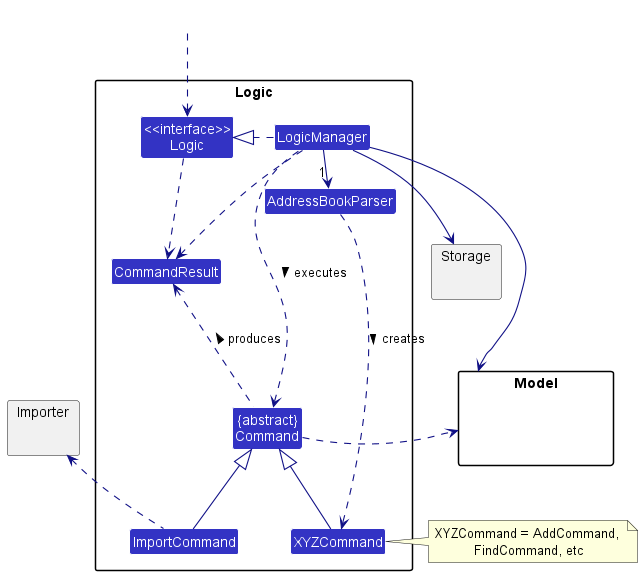
Earlier version of the PlantUML export docs/images/LogicClassDiagram.png (nus-cs2103-AY2223S2/tp). The source it was exported from:
```plantuml
@startuml
!include style.puml
skinparam arrowThickness 1.1
skinparam arrowColor LOGIC_COLOR_T4
skinparam classBackgroundColor LOGIC_COLOR

package Logic {

Class AddressBookParser
Class ImportCommand
Class XYZCommand
Class CommandResult
Class "{abstract}\nCommand" as Command


Class "<<interface>>\nLogic" as Logic
Class LogicManager
}

package Model{
Class HiddenModel #FFFFFF
}

package Storage{
}

package Importer{
}

Class HiddenOutside #FFFFFF
HiddenOutside ..> Logic

LogicManager .right.|> Logic
LogicManager -right->"1" AddressBookParser
AddressBookParser ..> XYZCommand : creates >

XYZCommand -up-|> Command
ImportCommand -up-|> Command
LogicManager .left.> Command : executes >

LogicManager --> Model
LogicManager --> Storage
Storage --[hidden] Model
Command .[hidden]up.> Storage
Command .right.> Model
note right of XYZCommand: XYZCommand = AddCommand, \nFindCommand, etc

ImportCommand .up.> Importer

Logic ..> CommandResult
LogicManager .down.> CommandResult
Command .up.> CommandResult : produces >
@enduml
```
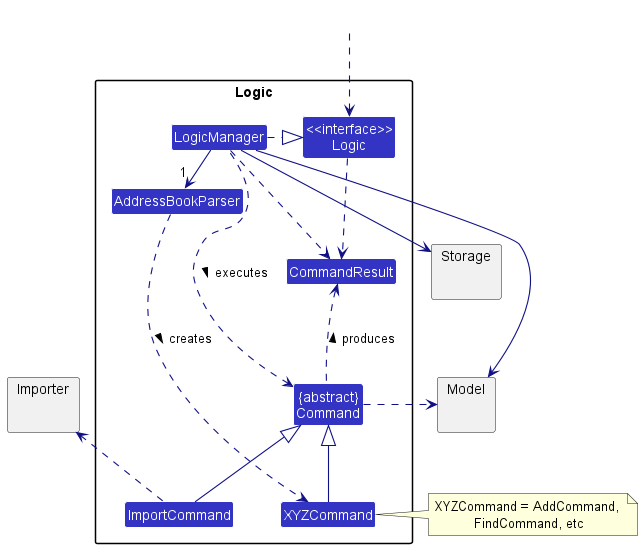
Later version of the same file.

What changed in the source:
```diff
@@ -18,7 +18,7 @@
 }
 
 package Model{
-Class HiddenModel #FFFFFF
+
 }
 
 package Storage{
```
